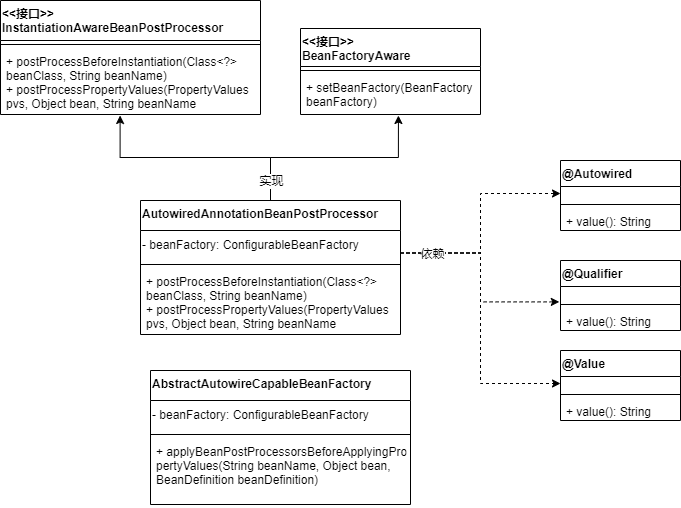
Before: wzz-spring/spring-step-14(通过注解注入信息).drawio.png, a diagram exported from draw.io (wsxzei/markdown-photos). Source tidied: cells renumbered, new cells last; positions are measured from the earlier drawing's top-left corner, leaving out a move shared by most shapes.
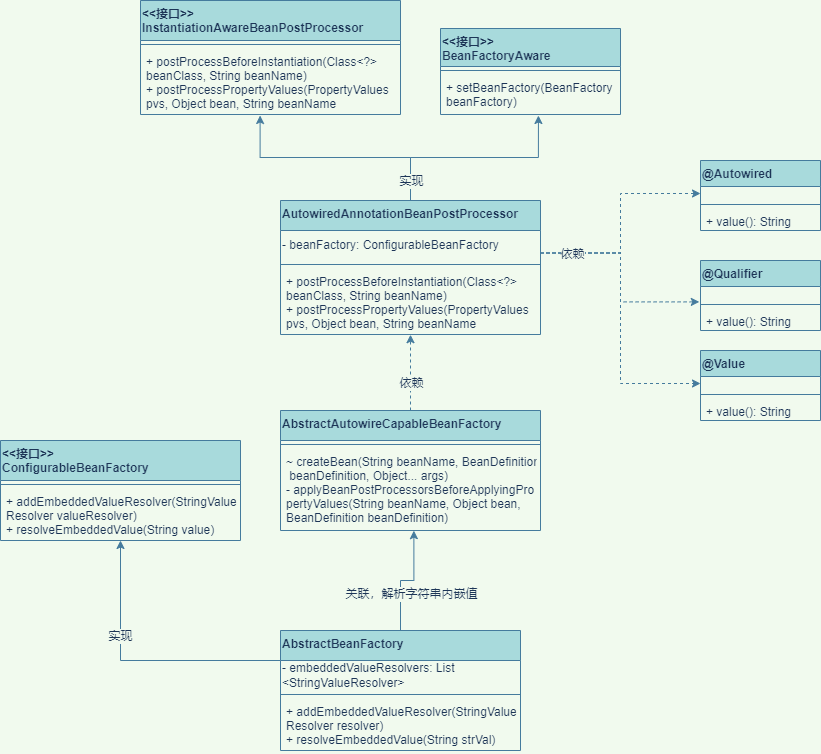
The same file after the commit.

Commit message:
更新spring-step-14(通过注解注入信息).drawio.png

Diff of the diagram source:
```diff
@@ -1,107 +1,145 @@
-<mxGraphModel>
+<mxGraphModel background="#F1FAEE">
   <root>
     <mxCell id="0" />
     <mxCell id="1" parent="0" />
-    <mxCell id="2" value="&lt;&lt;接口&gt;&gt;&#10;InstantiationAwareBeanPostProcessor" style="swimlane;fontStyle=1;align=left;verticalAlign=top;horizontal=1;startSize=40;" parent="1" vertex="1">
+    <mxCell id="2" value="&lt;&lt;接口&gt;&gt;&#10;InstantiationAwareBeanPostProcessor" style="swimlane;fontStyle=1;align=left;verticalAlign=top;horizontal=1;startSize=40;fillColor=#A8DADC;strokeColor=#457B9D;fontColor=#1D3557;" parent="1" vertex="1">
       <mxGeometry width="260" height="114" as="geometry" />
     </mxCell>
-    <mxCell id="3" style="line;strokeWidth=1;fillColor=none;align=left;verticalAlign=middle;spacingTop=-1;spacingLeft=3;spacingRight=3;labelPosition=right;" parent="2" vertex="1">
+    <mxCell id="3" style="line;strokeWidth=1;fillColor=none;align=left;verticalAlign=middle;spacingTop=-1;spacingLeft=3;spacingRight=3;labelPosition=right;labelBackgroundColor=#F1FAEE;strokeColor=#457B9D;fontColor=#1D3557;" parent="2" vertex="1">
       <mxGeometry y="40" width="260" height="8" as="geometry" />
     </mxCell>
-    <mxCell id="4" value="+ postProcessBeforeInstantiation(Class&lt;?&gt;&#10;beanClass, String beanName)&#10;+ postProcessPropertyValues(PropertyValues &#10;pvs, Object bean, String beanName" style="text;strokeColor=none;fillColor=none;align=left;verticalAlign=top;spacingLeft=4;spacingRight=4;overflow=hidden;points=[[0,0.5],[1,0.5]];portConstraint=eastwest;" parent="2" vertex="1">
+    <mxCell id="4" value="+ postProcessBeforeInstantiation(Class&lt;?&gt;&#10;beanClass, String beanName)&#10;+ postProcessPropertyValues(PropertyValues &#10;pvs, Object bean, String beanName" style="text;strokeColor=none;fillColor=none;align=left;verticalAlign=top;spacingLeft=4;spacingRight=4;overflow=hidden;points=[[0,0.5],[1,0.5]];portConstraint=eastwest;fontColor=#1D3557;" parent="2" vertex="1">
       <mxGeometry y="48" width="260" height="66" as="geometry" />
     </mxCell>
-    <mxCell id="5" style="edgeStyle=orthogonalEdgeStyle;rounded=0;jettySize=auto;html=1;exitX=0.5;exitY=0;exitDx=0;exitDy=0;entryX=0.46;entryY=1.015;entryDx=0;entryDy=0;entryPerimeter=0;" parent="1" edge="1" source="8" target="4">
+    <mxCell id="5" style="edgeStyle=orthogonalEdgeStyle;rounded=0;jettySize=auto;html=1;exitX=0.5;exitY=0;exitDx=0;exitDy=0;entryX=0.46;entryY=1.015;entryDx=0;entryDy=0;entryPerimeter=0;labelBackgroundColor=#F1FAEE;strokeColor=#457B9D;fontColor=#1D3557;" parent="1" edge="1" source="8" target="4">
       <mxGeometry relative="1" as="geometry" />
     </mxCell>
-    <mxCell id="6" style="edgeStyle=orthogonalEdgeStyle;rounded=0;jettySize=auto;html=1;exitX=0.5;exitY=0;exitDx=0;exitDy=0;entryX=0.544;entryY=1.025;entryDx=0;entryDy=0;entryPerimeter=0;" parent="1" edge="1" source="8" target="30">
+    <mxCell id="6" style="edgeStyle=orthogonalEdgeStyle;rounded=0;jettySize=auto;html=1;exitX=0.5;exitY=0;exitDx=0;exitDy=0;entryX=0.544;entryY=1.025;entryDx=0;entryDy=0;entryPerimeter=0;labelBackgroundColor=#F1FAEE;strokeColor=#457B9D;fontColor=#1D3557;" parent="1" edge="1" source="8" target="30">
       <mxGeometry relative="1" as="geometry" />
     </mxCell>
-    <mxCell id="7" value="实现" style="edgeLabel;html=1;align=center;verticalAlign=middle;" parent="6" vertex="1">
+    <mxCell id="7" value="实现" style="edgeLabel;html=1;align=center;verticalAlign=middle;labelBackgroundColor=#F1FAEE;fontColor=#1D3557;" parent="6" vertex="1">
       <mxGeometry x="-0.89" y="-2" relative="1" as="geometry">
         <mxPoint x="-2" y="-8" as="offset" />
       </mxGeometry>
     </mxCell>
-    <mxCell id="8" value="AutowiredAnnotationBeanPostProcessor" style="swimlane;fontStyle=1;align=left;verticalAlign=top;horizontal=1;startSize=30;" parent="1" vertex="1">
+    <mxCell id="8" value="AutowiredAnnotationBeanPostProcessor" style="swimlane;fontStyle=1;align=left;verticalAlign=top;horizontal=1;startSize=30;fillColor=#A8DADC;strokeColor=#457B9D;fontColor=#1D3557;" parent="1" vertex="1">
       <mxGeometry x="140" y="200" width="260" height="134" as="geometry" />
     </mxCell>
-    <mxCell id="9" value="- beanFactory:&amp;nbsp;ConfigurableBeanFactory" style="text;html=1;strokeColor=none;fillColor=none;align=left;verticalAlign=middle;whiteSpace=wrap;rounded=0;" parent="8" vertex="1">
+    <mxCell id="9" value="- beanFactory:&amp;nbsp;ConfigurableBeanFactory" style="text;html=1;strokeColor=none;fillColor=none;align=left;verticalAlign=middle;whiteSpace=wrap;rounded=0;fontColor=#1D3557;" parent="8" vertex="1">
       <mxGeometry y="30" width="260" height="30" as="geometry" />
     </mxCell>
-    <mxCell id="10" style="line;strokeWidth=1;fillColor=none;align=left;verticalAlign=middle;spacingTop=-1;spacingLeft=3;spacingRight=3;labelPosition=right;" parent="8" vertex="1">
+    <mxCell id="10" style="line;strokeWidth=1;fillColor=none;align=left;verticalAlign=middle;spacingTop=-1;spacingLeft=3;spacingRight=3;labelPosition=right;labelBackgroundColor=#F1FAEE;strokeColor=#457B9D;fontColor=#1D3557;" parent="8" vertex="1">
       <mxGeometry y="60" width="260" height="8" as="geometry" />
     </mxCell>
-    <mxCell id="11" value="+ postProcessBeforeInstantiation(Class&lt;?&gt;&#10;beanClass, String beanName)&#10;+ postProcessPropertyValues(PropertyValues &#10;pvs, Object bean, String beanName" style="text;strokeColor=none;fillColor=none;align=left;verticalAlign=top;spacingLeft=4;spacingRight=4;overflow=hidden;points=[[0,0.5],[1,0.5]];portConstraint=eastwest;" parent="8" vertex="1">
+    <mxCell id="11" value="+ postProcessBeforeInstantiation(Class&lt;?&gt;&#10;beanClass, String beanName)&#10;+ postProcessPropertyValues(PropertyValues &#10;pvs, Object bean, String beanName" style="text;strokeColor=none;fillColor=none;align=left;verticalAlign=top;spacingLeft=4;spacingRight=4;overflow=hidden;points=[[0,0.5],[1,0.5]];portConstraint=eastwest;fontColor=#1D3557;" parent="8" vertex="1">
       <mxGeometry y="68" width="260" height="66" as="geometry" />
     </mxCell>
-    <mxCell id="12" value="@Qualifier" style="swimlane;fontStyle=1;align=left;verticalAlign=top;horizontal=1;startSize=26;" parent="1" vertex="1">
+    <mxCell id="12" value="@Qualifier" style="swimlane;fontStyle=1;align=left;verticalAlign=top;horizontal=1;startSize=26;fillColor=#A8DADC;strokeColor=#457B9D;fontColor=#1D3557;" parent="1" vertex="1">
       <mxGeometry x="560" y="260" width="120" height="70" as="geometry" />
     </mxCell>
-    <mxCell id="13" value=" " style="text;strokeColor=none;fillColor=none;align=left;verticalAlign=top;spacingLeft=4;spacingRight=4;overflow=hidden;points=[[0,0.5],[1,0.5]];portConstraint=eastwest;" parent="12" vertex="1">
+    <mxCell id="13" value=" " style="text;strokeColor=none;fillColor=none;align=left;verticalAlign=top;spacingLeft=4;spacingRight=4;overflow=hidden;points=[[0,0.5],[1,0.5]];portConstraint=eastwest;fontColor=#1D3557;" parent="12" vertex="1">
       <mxGeometry y="26" width="120" height="14" as="geometry" />
     </mxCell>
-    <mxCell id="14" style="line;strokeWidth=1;fillColor=none;align=left;verticalAlign=middle;spacingTop=-1;spacingLeft=3;spacingRight=3;labelPosition=right;" parent="12" vertex="1">
+    <mxCell id="14" style="line;strokeWidth=1;fillColor=none;align=left;verticalAlign=middle;spacingTop=-1;spacingLeft=3;spacingRight=3;labelPosition=right;labelBackgroundColor=#F1FAEE;strokeColor=#457B9D;fontColor=#1D3557;" parent="12" vertex="1">
       <mxGeometry y="40" width="120" height="8" as="geometry" />
     </mxCell>
-    <mxCell id="15" value="+ value(): String" style="text;strokeColor=none;fillColor=none;align=left;verticalAlign=top;spacingLeft=4;spacingRight=4;overflow=hidden;" parent="12" vertex="1">
+    <mxCell id="15" value="+ value(): String" style="text;strokeColor=none;fillColor=none;align=left;verticalAlign=top;spacingLeft=4;spacingRight=4;overflow=hidden;fontColor=#1D3557;" parent="12" vertex="1">
       <mxGeometry y="48" width="120" height="22" as="geometry" />
     </mxCell>
-    <mxCell id="16" value="@Value" style="swimlane;fontStyle=1;align=left;verticalAlign=top;horizontal=1;startSize=26;" parent="1" vertex="1">
+    <mxCell id="16" value="@Value" style="swimlane;fontStyle=1;align=left;verticalAlign=top;horizontal=1;startSize=26;fillColor=#A8DADC;strokeColor=#457B9D;fontColor=#1D3557;" parent="1" vertex="1">
       <mxGeometry x="560" y="350" width="120" height="70" as="geometry" />
     </mxCell>
-    <mxCell id="17" value=" " style="text;strokeColor=none;fillColor=none;align=left;verticalAlign=top;spacingLeft=4;spacingRight=4;overflow=hidden;points=[[0,0.5],[1,0.5]];portConstraint=eastwest;" parent="16" vertex="1">
+    <mxCell id="17" value=" " style="text;strokeColor=none;fillColor=none;align=left;verticalAlign=top;spacingLeft=4;spacingRight=4;overflow=hidden;points=[[0,0.5],[1,0.5]];portConstraint=eastwest;fontColor=#1D3557;" parent="16" vertex="1">
       <mxGeometry y="26" width="120" height="14" as="geometry" />
     </mxCell>
-    <mxCell id="18" style="line;strokeWidth=1;fillColor=none;align=left;verticalAlign=middle;spacingTop=-1;spacingLeft=3;spacingRight=3;labelPosition=right;" parent="16" vertex="1">
+    <mxCell id="18" style="line;strokeWidth=1;fillColor=none;align=left;verticalAlign=middle;spacingTop=-1;spacingLeft=3;spacingRight=3;labelPosition=right;labelBackgroundColor=#F1FAEE;strokeColor=#457B9D;fontColor=#1D3557;" parent="16" vertex="1">
       <mxGeometry y="40" width="120" height="8" as="geometry" />
     </mxCell>
-    <mxCell id="19" value="+ value(): String" style="text;strokeColor=none;fillColor=none;align=left;verticalAlign=top;spacingLeft=4;spacingRight=4;overflow=hidden;" parent="16" vertex="1">
+    <mxCell id="19" value="+ value(): String" style="text;strokeColor=none;fillColor=none;align=left;verticalAlign=top;spacingLeft=4;spacingRight=4;overflow=hidden;fontColor=#1D3557;" parent="16" vertex="1">
       <mxGeometry y="48" width="120" height="22" as="geometry" />
     </mxCell>
-    <mxCell id="20" value="@Autowired" style="swimlane;fontStyle=1;align=left;verticalAlign=top;horizontal=1;startSize=26;" parent="1" vertex="1">
+    <mxCell id="20" value="@Autowired" style="swimlane;fontStyle=1;align=left;verticalAlign=top;horizontal=1;startSize=26;fillColor=#A8DADC;strokeColor=#457B9D;fontColor=#1D3557;" parent="1" vertex="1">
       <mxGeometry x="560" y="160" width="120" height="70" as="geometry" />
     </mxCell>
-    <mxCell id="21" value=" " style="text;strokeColor=none;fillColor=none;align=left;verticalAlign=top;spacingLeft=4;spacingRight=4;overflow=hidden;points=[[0,0.5],[1,0.5]];portConstraint=eastwest;" parent="20" vertex="1">
+    <mxCell id="21" value=" " style="text;strokeColor=none;fillColor=none;align=left;verticalAlign=top;spacingLeft=4;spacingRight=4;overflow=hidden;points=[[0,0.5],[1,0.5]];portConstraint=eastwest;fontColor=#1D3557;" parent="20" vertex="1">
       <mxGeometry y="26" width="120" height="14" as="geometry" />
     </mxCell>
-    <mxCell id="22" style="line;strokeWidth=1;fillColor=none;align=left;verticalAlign=middle;spacingTop=-1;spacingLeft=3;spacingRight=3;labelPosition=right;" parent="20" vertex="1">
+    <mxCell id="22" style="line;strokeWidth=1;fillColor=none;align=left;verticalAlign=middle;spacingTop=-1;spacingLeft=3;spacingRight=3;labelPosition=right;labelBackgroundColor=#F1FAEE;strokeColor=#457B9D;fontColor=#1D3557;" parent="20" vertex="1">
       <mxGeometry y="40" width="120" height="8" as="geometry" />
     </mxCell>
-    <mxCell id="23" value="+ value(): String" style="text;strokeColor=none;fillColor=none;align=left;verticalAlign=top;spacingLeft=4;spacingRight=4;overflow=hidden;" parent="20" vertex="1">
+    <mxCell id="23" value="+ value(): String" style="text;strokeColor=none;fillColor=none;align=left;verticalAlign=top;spacingLeft=4;spacingRight=4;overflow=hidden;fontColor=#1D3557;" parent="20" vertex="1">
       <mxGeometry y="48" width="120" height="22" as="geometry" />
     </mxCell>
-    <mxCell id="24" style="edgeStyle=orthogonalEdgeStyle;rounded=0;jettySize=auto;html=1;exitX=1;exitY=0.75;exitDx=0;exitDy=0;entryX=0;entryY=0.5;entryDx=0;entryDy=0;dashed=1;" parent="1" edge="1" source="9" target="21">
+    <mxCell id="24" style="edgeStyle=orthogonalEdgeStyle;rounded=0;jettySize=auto;html=1;exitX=1;exitY=0.75;exitDx=0;exitDy=0;entryX=0;entryY=0.5;entryDx=0;entryDy=0;dashed=1;labelBackgroundColor=#F1FAEE;strokeColor=#457B9D;fontColor=#1D3557;" parent="1" edge="1" source="9" target="21">
       <mxGeometry relative="1" as="geometry" />
     </mxCell>
-    <mxCell id="25" style="edgeStyle=orthogonalEdgeStyle;rounded=0;jettySize=auto;html=1;exitX=1;exitY=0.75;exitDx=0;exitDy=0;entryX=-0.01;entryY=1.1;entryDx=0;entryDy=0;entryPerimeter=0;dashed=1;" parent="1" edge="1" source="9" target="13">
+    <mxCell id="25" style="edgeStyle=orthogonalEdgeStyle;rounded=0;jettySize=auto;html=1;exitX=1;exitY=0.75;exitDx=0;exitDy=0;entryX=-0.01;entryY=1.1;entryDx=0;entryDy=0;entryPerimeter=0;dashed=1;labelBackgroundColor=#F1FAEE;strokeColor=#457B9D;fontColor=#1D3557;" parent="1" edge="1" source="9" target="13">
       <mxGeometry relative="1" as="geometry" />
     </mxCell>
-    <mxCell id="26" style="edgeStyle=orthogonalEdgeStyle;rounded=0;jettySize=auto;html=1;exitX=1;exitY=0.75;exitDx=0;exitDy=0;entryX=0;entryY=0.5;entryDx=0;entryDy=0;dashed=1;" parent="1" edge="1" source="9" target="17">
+    <mxCell id="26" style="edgeStyle=orthogonalEdgeStyle;rounded=0;jettySize=auto;html=1;exitX=1;exitY=0.75;exitDx=0;exitDy=0;entryX=0;entryY=0.5;entryDx=0;entryDy=0;dashed=1;labelBackgroundColor=#F1FAEE;strokeColor=#457B9D;fontColor=#1D3557;" parent="1" edge="1" source="9" target="17">
       <mxGeometry relative="1" as="geometry" />
     </mxCell>
-    <mxCell id="27" value="依赖" style="edgeLabel;html=1;align=center;verticalAlign=middle;" parent="26" vertex="1">
+    <mxCell id="27" value="依赖" style="edgeLabel;html=1;align=center;verticalAlign=middle;labelBackgroundColor=#F1FAEE;fontColor=#1D3557;" parent="26" vertex="1">
       <mxGeometry x="-0.79" y="-1" relative="1" as="geometry" />
     </mxCell>
-    <mxCell id="28" value="&lt;&lt;接口&gt;&gt;&#10;BeanFactoryAware" style="swimlane;fontStyle=1;align=left;verticalAlign=top;horizontal=1;startSize=38;" parent="1" vertex="1">
+    <mxCell id="28" value="&lt;&lt;接口&gt;&gt;&#10;BeanFactoryAware" style="swimlane;fontStyle=1;align=left;verticalAlign=top;horizontal=1;startSize=38;fillColor=#A8DADC;strokeColor=#457B9D;fontColor=#1D3557;" parent="1" vertex="1">
       <mxGeometry x="300" y="28" width="180" height="86" as="geometry" />
     </mxCell>
-    <mxCell id="29" style="line;strokeWidth=1;fillColor=none;align=left;verticalAlign=middle;spacingTop=-1;spacingLeft=3;spacingRight=3;labelPosition=right;" parent="28" vertex="1">
+    <mxCell id="29" style="line;strokeWidth=1;fillColor=none;align=left;verticalAlign=middle;spacingTop=-1;spacingLeft=3;spacingRight=3;labelPosition=right;labelBackgroundColor=#F1FAEE;strokeColor=#457B9D;fontColor=#1D3557;" parent="28" vertex="1">
       <mxGeometry y="38" width="180" height="8" as="geometry" />
     </mxCell>
-    <mxCell id="30" value="+ setBeanFactory(BeanFactory &#10;beanFactory)" style="text;strokeColor=none;fillColor=none;align=left;verticalAlign=top;spacingLeft=4;spacingRight=4;overflow=hidden;points=[[0,0.5],[1,0.5]];portConstraint=eastwest;" parent="28" vertex="1">
+    <mxCell id="30" value="+ setBeanFactory(BeanFactory &#10;beanFactory)" style="text;strokeColor=none;fillColor=none;align=left;verticalAlign=top;spacingLeft=4;spacingRight=4;overflow=hidden;points=[[0,0.5],[1,0.5]];portConstraint=eastwest;fontColor=#1D3557;" parent="28" vertex="1">
       <mxGeometry y="46" width="180" height="40" as="geometry" />
     </mxCell>
+    <mxCell id="35" style="edgeStyle=orthogonalEdgeStyle;rounded=0;jettySize=auto;html=1;entryX=0.5;entryY=1.003;entryDx=0;entryDy=0;entryPerimeter=0;dashed=1;labelBackgroundColor=#F1FAEE;strokeColor=#457B9D;fontColor=#1D3557;" parent="1" edge="1" source="31" target="11">
+      <mxGeometry relative="1" as="geometry" />
+    </mxCell>
+    <mxCell id="36" value="依赖" style="edgeLabel;html=1;align=center;verticalAlign=middle;labelBackgroundColor=#F1FAEE;fontColor=#1D3557;" parent="35" vertex="1">
+      <mxGeometry x="-0.26" relative="1" as="geometry" />
+    </mxCell>
-    <mxCell id="31" value="AbstractAutowireCapableBeanFactory" style="swimlane;fontStyle=1;align=left;verticalAlign=top;horizontal=1;startSize=30;" parent="1" vertex="1">
-      <mxGeometry x="150" y="370" width="260" height="134" as="geometry" />
+    <mxCell id="31" value="AbstractAutowireCapableBeanFactory" style="swimlane;fontStyle=1;align=left;verticalAlign=top;horizontal=1;startSize=30;fillColor=#A8DADC;strokeColor=#457B9D;fontColor=#1D3557;" parent="1" vertex="1">
+      <mxGeometry x="140" y="410" width="260" height="120" as="geometry" />
     </mxCell>
-    <mxCell id="32" value="- beanFactory:&amp;nbsp;ConfigurableBeanFactory" style="text;html=1;strokeColor=none;fillColor=none;align=left;verticalAlign=middle;whiteSpace=wrap;rounded=0;" parent="31" vertex="1">
-      <mxGeometry y="30" width="260" height="30" as="geometry" />
-    </mxCell>
-    <mxCell id="33" style="line;strokeWidth=1;fillColor=none;align=left;verticalAlign=middle;spacingTop=-1;spacingLeft=3;spacingRight=3;labelPosition=right;" parent="31" vertex="1">
-      <mxGeometry y="60" width="260" height="8" as="geometry" />
+    <mxCell id="33" style="line;strokeWidth=1;fillColor=none;align=left;verticalAlign=middle;spacingTop=-1;spacingLeft=3;spacingRight=3;labelPosition=right;labelBackgroundColor=#F1FAEE;strokeColor=#457B9D;fontColor=#1D3557;" parent="31" vertex="1">
+      <mxGeometry y="30" width="260" height="8" as="geometry" />
     </mxCell>
-    <mxCell id="34" value="+ applyBeanPostProcessorsBeforeApplyingPro&#10;pertyValues(String beanName, Object bean, &#10;BeanDefinition beanDefinition)" style="text;strokeColor=none;fillColor=none;align=left;verticalAlign=top;spacingLeft=4;spacingRight=4;overflow=hidden;points=[[0,0.5],[1,0.5]];portConstraint=eastwest;" parent="31" vertex="1">
-      <mxGeometry y="68" width="260" height="66" as="geometry" />
+    <mxCell id="34" value="~ createBean(String beanName, BeanDefinition&#10; beanDefinition, Object... args)&#10;- applyBeanPostProcessorsBeforeApplyingPro&#10;pertyValues(String beanName, Object bean, &#10;BeanDefinition beanDefinition)" style="text;strokeColor=none;fillColor=none;align=left;verticalAlign=top;spacingLeft=4;spacingRight=4;overflow=hidden;points=[[0,0.5],[1,0.5]];portConstraint=eastwest;fontColor=#1D3557;" parent="31" vertex="1">
+      <mxGeometry y="38" width="260" height="82" as="geometry" />
     </mxCell>
+    <mxCell id="37" style="edgeStyle=orthogonalEdgeStyle;rounded=0;jettySize=auto;html=1;exitX=0;exitY=0.25;exitDx=0;exitDy=0;entryX=0.5;entryY=1;entryDx=0;entryDy=0;labelBackgroundColor=#F1FAEE;strokeColor=#457B9D;fontColor=#1D3557;" parent="1" edge="1" source="41" target="45">
+      <mxGeometry relative="1" as="geometry" />
+    </mxCell>
+    <mxCell id="38" value="实现" style="edgeLabel;html=1;align=center;verticalAlign=middle;labelBackgroundColor=#F1FAEE;fontColor=#1D3557;" parent="37" vertex="1">
+      <mxGeometry x="0.32" y="1" relative="1" as="geometry" />
+    </mxCell>
+    <mxCell id="39" style="edgeStyle=orthogonalEdgeStyle;rounded=0;jettySize=auto;html=1;exitX=0.5;exitY=0;exitDx=0;exitDy=0;entryX=0.513;entryY=1.002;entryDx=0;entryDy=0;entryPerimeter=0;labelBackgroundColor=#F1FAEE;strokeColor=#457B9D;fontColor=#1D3557;" parent="1" edge="1" source="41" target="34">
+      <mxGeometry relative="1" as="geometry" />
+    </mxCell>
+    <mxCell id="40" value="关联，解析字符串内嵌值" style="edgeLabel;html=1;align=center;verticalAlign=middle;fontColor=#1D3557;labelBackgroundColor=#F1FAEE;" parent="39" vertex="1">
+      <mxGeometry x="-0.35" y="2" relative="1" as="geometry">
+        <mxPoint x="12" as="offset" />
+      </mxGeometry>
+    </mxCell>
+    <mxCell id="41" value="AbstractBeanFactory" style="swimlane;fontStyle=1;align=left;verticalAlign=top;horizontal=1;startSize=30;fillColor=#A8DADC;strokeColor=#457B9D;fontColor=#1D3557;" parent="1" vertex="1">
+      <mxGeometry x="140" y="630" width="240" height="120" as="geometry" />
+    </mxCell>
+    <mxCell id="42" value="- embeddedValueResolvers: List&lt;br&gt;&amp;lt;StringValueResolver&amp;gt;" style="text;html=1;strokeColor=none;fillColor=none;align=left;verticalAlign=middle;whiteSpace=wrap;rounded=0;fontColor=#1D3557;" parent="41" vertex="1">
+      <mxGeometry y="30" width="240" height="30" as="geometry" />
+    </mxCell>
+    <mxCell id="43" style="line;strokeWidth=1;fillColor=none;align=left;verticalAlign=middle;spacingTop=-1;spacingLeft=3;spacingRight=3;labelPosition=right;labelBackgroundColor=#F1FAEE;strokeColor=#457B9D;fontColor=#1D3557;" parent="41" vertex="1">
+      <mxGeometry y="60" width="240" height="8" as="geometry" />
+    </mxCell>
+    <mxCell id="44" value="+ addEmbeddedValueResolver(StringValue&#10;Resolver resolver)&#10;+ resolveEmbeddedValue(String strVal)" style="text;strokeColor=none;fillColor=none;align=left;verticalAlign=top;spacingLeft=4;spacingRight=4;overflow=hidden;fontColor=#1D3557;" parent="41" vertex="1">
+      <mxGeometry y="68" width="240" height="52" as="geometry" />
+    </mxCell>
+    <mxCell id="45" value="&lt;&lt;接口&gt;&gt;&#10;ConfigurableBeanFactory" style="swimlane;fontStyle=1;align=left;verticalAlign=top;horizontal=1;startSize=40;fillColor=#A8DADC;strokeColor=#457B9D;fontColor=#1D3557;" parent="1" vertex="1">
+      <mxGeometry x="-140" y="440" width="240" height="100" as="geometry" />
+    </mxCell>
+    <mxCell id="46" style="line;strokeWidth=1;fillColor=none;align=left;verticalAlign=middle;spacingTop=-1;spacingLeft=3;spacingRight=3;labelPosition=right;labelBackgroundColor=#F1FAEE;strokeColor=#457B9D;fontColor=#1D3557;" parent="45" vertex="1">
+      <mxGeometry y="40" width="240" height="8" as="geometry" />
+    </mxCell>
+    <mxCell id="47" value="+ addEmbeddedValueResolver(StringValue&#10;Resolver valueResolver)&#10;+ resolveEmbeddedValue(String value)" style="text;strokeColor=none;fillColor=none;align=left;verticalAlign=top;spacingLeft=4;spacingRight=4;overflow=hidden;fontColor=#1D3557;" parent="45" vertex="1">
+      <mxGeometry y="48" width="240" height="52" as="geometry" />
+    </mxCell>
   </root>
 </mxGraphModel>
```
